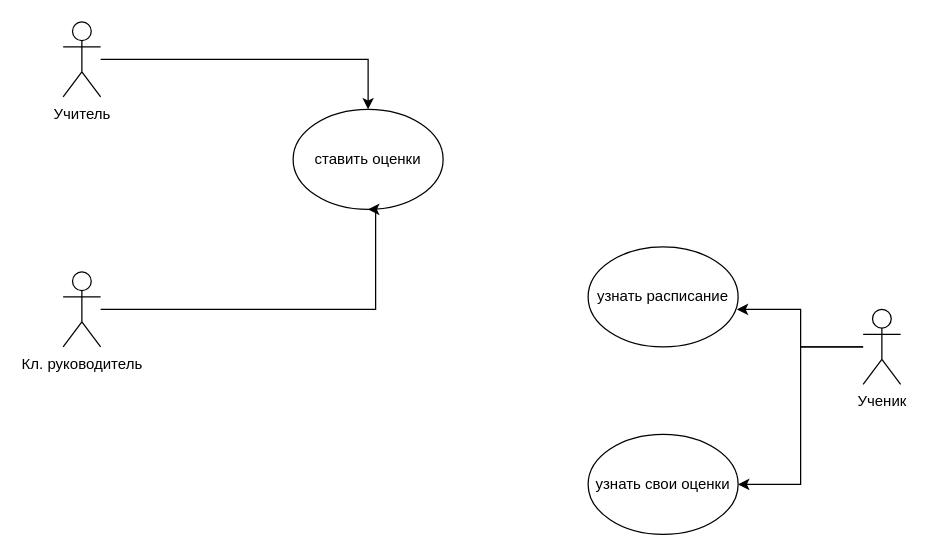
Before: Диаграмма без названия.drawio in KhamchievAli06/dem-, a draw.io diagram. Source tidied: cells renumbered, new cells numbered last; positions are measured from the earlier drawing's top-left corner, leaving out a move shared by most shapes. Both pictures are drawn from the tidied source at 125%, with x=0, y=0 at pixel (62, 21).
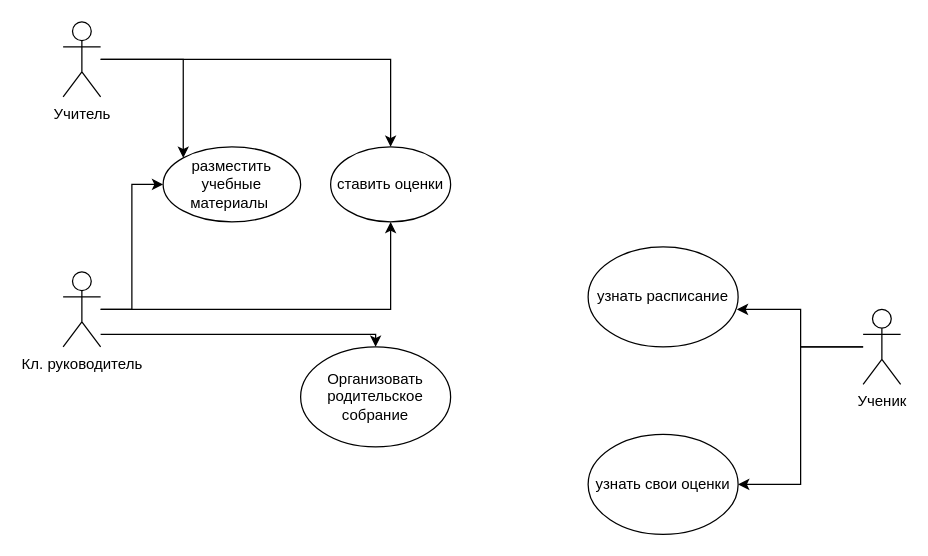
After the change.

What changed in the source:
```diff
@@
 <mxGraphModel>
   <root>
     <mxCell id="0" />
     <mxCell id="1" parent="0" />
     <mxCell id="2" style="edgeStyle=orthogonalEdgeStyle;rounded=0;jettySize=auto;html=1;entryX=0.5;entryY=0;entryDx=0;entryDy=0;" parent="1" edge="1" source="3" target="4">
       <mxGeometry relative="1" as="geometry" />
     </mxCell>
+    <mxCell id="12" style="edgeStyle=orthogonalEdgeStyle;rounded=0;jettySize=auto;html=1;entryX=0;entryY=0;entryDx=0;entryDy=0;" parent="1" edge="1" source="3" target="16">
+      <mxGeometry relative="1" as="geometry" />
+    </mxCell>
     <mxCell id="3" value="Учитель&lt;div&gt;&lt;br&gt;&lt;/div&gt;" style="shape=umlActor;verticalLabelPosition=bottom;verticalAlign=top;html=1;outlineConnect=0;" parent="1" vertex="1">
       <mxGeometry width="30" height="60" as="geometry" />
     </mxCell>
     <mxCell id="4" value="ставить оценки" style="ellipse;whiteSpace=wrap;html=1;" parent="1" vertex="1">
-      <mxGeometry x="184" y="70" width="120" height="80" as="geometry" />
+      <mxGeometry x="214" y="100" width="96" height="60" as="geometry" />
     </mxCell>
     <mxCell id="5" style="edgeStyle=orthogonalEdgeStyle;rounded=0;jettySize=auto;html=1;entryX=0.5;entryY=1;entryDx=0;entryDy=0;" parent="1" edge="1" source="6" target="4">
       <mxGeometry relative="1" as="geometry">
         <Array as="points">
-          <mxPoint x="250" y="230" />
-          <mxPoint x="250" y="150" />
+          <mxPoint x="262" y="230" />
         </Array>
       </mxGeometry>
     </mxCell>
+    <mxCell id="13" style="edgeStyle=orthogonalEdgeStyle;rounded=0;jettySize=auto;html=1;entryX=0.5;entryY=0;entryDx=0;entryDy=0;" parent="1" edge="1" source="6" target="15">
+      <mxGeometry relative="1" as="geometry">
+        <Array as="points">
+          <mxPoint x="30" y="250" />
+          <mxPoint x="30" y="250" />
+        </Array>
+      </mxGeometry>
+    </mxCell>
+    <mxCell id="14" style="edgeStyle=orthogonalEdgeStyle;rounded=0;jettySize=auto;html=1;entryX=0;entryY=0.5;entryDx=0;entryDy=0;" parent="1" edge="1" source="6" target="16">
+      <mxGeometry relative="1" as="geometry" />
+    </mxCell>
     <mxCell id="6" value="Кл. руководитель" style="shape=umlActor;verticalLabelPosition=bottom;verticalAlign=top;html=1;outlineConnect=0;" parent="1" vertex="1">
       <mxGeometry y="200" width="30" height="60" as="geometry" />
     </mxCell>
     <mxCell id="7" style="edgeStyle=orthogonalEdgeStyle;rounded=0;jettySize=auto;html=1;entryX=1;entryY=0.5;entryDx=0;entryDy=0;" parent="1" edge="1" source="8" target="10">
       <mxGeometry relative="1" as="geometry" />
     </mxCell>
     <mxCell id="8" value="Ученик" style="shape=umlActor;verticalLabelPosition=bottom;verticalAlign=top;html=1;outlineConnect=0;" parent="1" vertex="1">
       <mxGeometry x="640" y="230" width="30" height="60" as="geometry" />
     </mxCell>
     <mxCell id="9" value="узнать расписание" style="ellipse;whiteSpace=wrap;html=1;" parent="1" vertex="1">
       <mxGeometry x="420" y="180" width="120" height="80" as="geometry" />
     </mxCell>
     <mxCell id="10" value="узнать свои оценки" style="ellipse;whiteSpace=wrap;html=1;" parent="1" vertex="1">
       <mxGeometry x="420" y="330" width="120" height="80" as="geometry" />
     </mxCell>
     <mxCell id="11" style="edgeStyle=orthogonalEdgeStyle;rounded=0;jettySize=auto;html=1;entryX=0.992;entryY=0.625;entryDx=0;entryDy=0;entryPerimeter=0;" parent="1" edge="1" source="8" target="9">
       <mxGeometry relative="1" as="geometry" />
     </mxCell>
+    <mxCell id="15" value="Организовать родительское собрание" style="ellipse;whiteSpace=wrap;html=1;" parent="1" vertex="1">
+      <mxGeometry x="190" y="260" width="120" height="80" as="geometry" />
+    </mxCell>
+    <mxCell id="16" value="разместить учебные материалы&amp;nbsp;" style="ellipse;whiteSpace=wrap;html=1;" parent="1" vertex="1">
+      <mxGeometry x="80" y="100" width="110" height="60" as="geometry" />
+    </mxCell>
   </root>
 </mxGraphModel>
```
